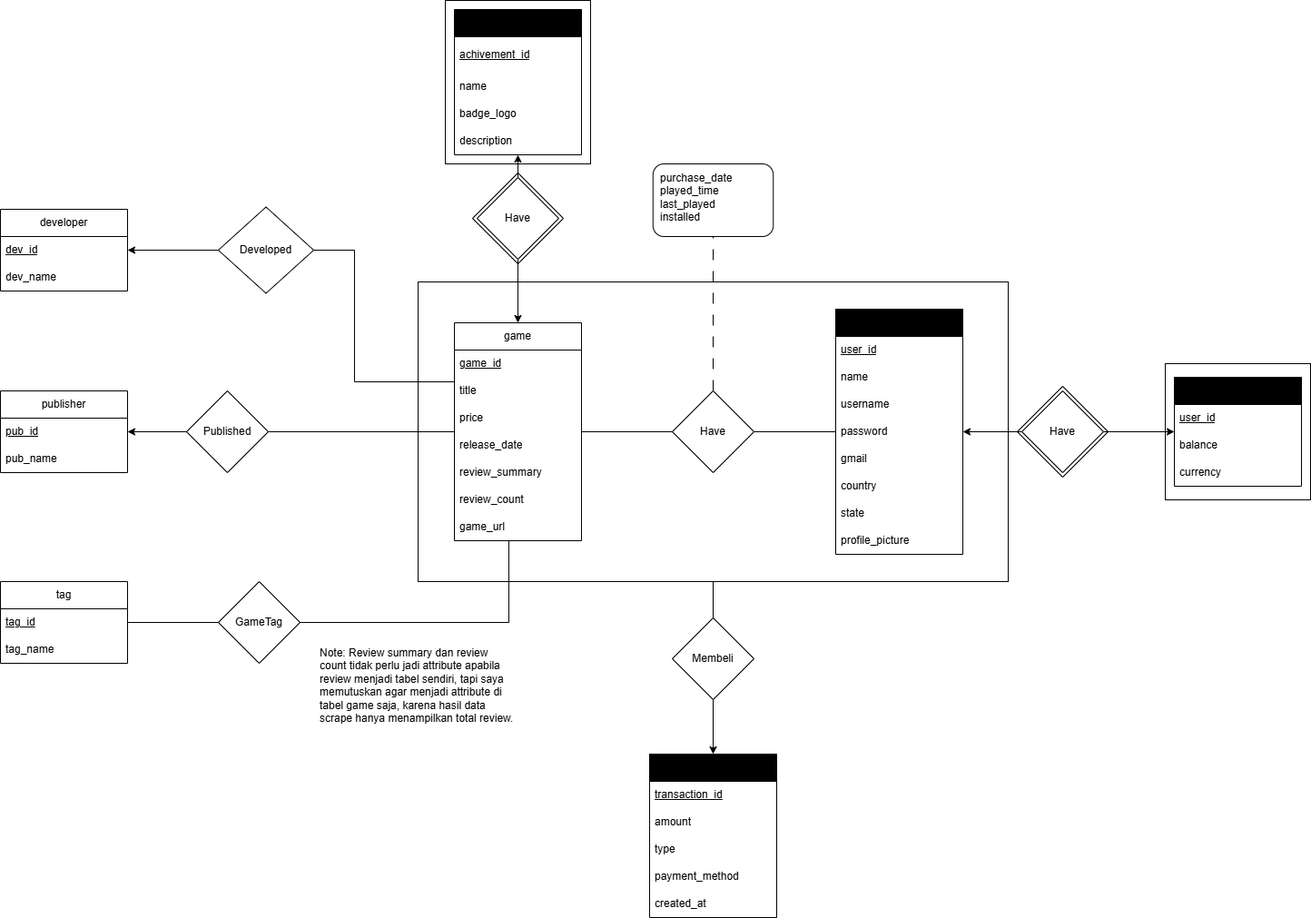
Earlier version of the draw.io export Data Storing/design/ERD.drawio.png (Jerannn24/Seleksi-2026-Tugas-1). Source tidied: cells renumbered, new cells last; positions are measured from the earlier drawing's top-left corner, leaving out a move shared by most shapes.
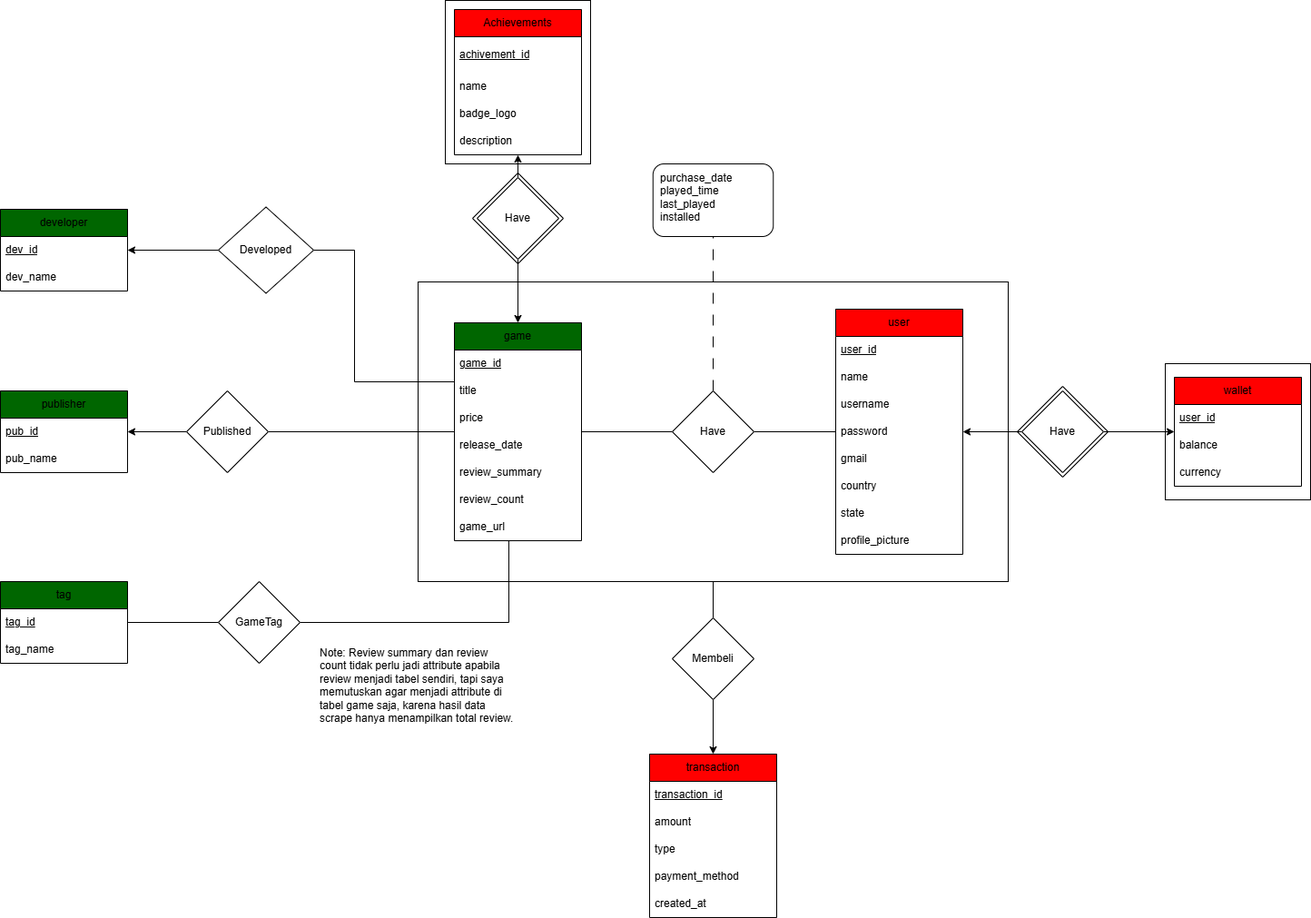
The same file after the commit.

Diff of the diagram source:
```diff
@@ -17,7 +17,7 @@
     <mxCell id="6" style="rounded=0;whiteSpace=wrap;html=1;" parent="1" vertex="1">
       <mxGeometry x="460" y="310" width="650" height="330" as="geometry" />
     </mxCell>
-    <mxCell id="7" value="game" style="swimlane;fontStyle=0;horizontal=1;startSize=30;whiteSpace=wrap;html=1;fillColor=light-dark(#FFFFFF,#006600);" parent="1" vertex="1">
+    <mxCell id="7" value="game" style="swimlane;fontStyle=0;horizontal=1;startSize=30;whiteSpace=wrap;html=1;fillColor=light-dark(#006600,#006600);" parent="1" vertex="1">
       <mxGeometry x="500" y="355" width="140" height="240" as="geometry" />
     </mxCell>
     <mxCell id="8" value="&lt;u&gt;game_id&lt;/u&gt;" style="text;strokeColor=none;fillColor=none;align=left;verticalAlign=middle;spacingLeft=4;spacingRight=4;overflow=hidden;whiteSpace=wrap;html=1;" parent="7" vertex="1">
@@ -41,7 +41,7 @@
     <mxCell id="14" value="game_url" style="text;strokeColor=none;fillColor=none;align=left;verticalAlign=middle;spacingLeft=4;spacingRight=4;overflow=hidden;whiteSpace=wrap;html=1;" parent="7" vertex="1">
       <mxGeometry y="210" width="140" height="30" as="geometry" />
     </mxCell>
-    <mxCell id="15" value="developer" style="swimlane;fontStyle=0;horizontal=1;startSize=30;whiteSpace=wrap;html=1;fillColor=light-dark(#FFFFFF,#006600);" parent="1" vertex="1">
+    <mxCell id="15" value="developer" style="swimlane;fontStyle=0;horizontal=1;startSize=30;whiteSpace=wrap;html=1;fillColor=light-dark(#006600,#006600);" parent="1" vertex="1">
       <mxGeometry y="230" width="140" height="90" as="geometry" />
     </mxCell>
     <mxCell id="16" value="&lt;u&gt;dev_id&lt;/u&gt;" style="text;strokeColor=none;fillColor=none;align=left;verticalAlign=middle;spacingLeft=4;spacingRight=4;overflow=hidden;whiteSpace=wrap;html=1;" parent="15" vertex="1">
@@ -50,7 +50,7 @@
     <mxCell id="17" value="dev_name" style="text;strokeColor=none;fillColor=none;align=left;verticalAlign=middle;spacingLeft=4;spacingRight=4;overflow=hidden;whiteSpace=wrap;html=1;" parent="15" vertex="1">
       <mxGeometry y="60" width="140" height="30" as="geometry" />
     </mxCell>
-    <mxCell id="18" value="publisher" style="swimlane;fontStyle=0;horizontal=1;startSize=30;whiteSpace=wrap;html=1;fillColor=light-dark(#FFFFFF,#006600);" parent="1" vertex="1">
+    <mxCell id="18" value="publisher" style="swimlane;fontStyle=0;horizontal=1;startSize=30;whiteSpace=wrap;html=1;fillColor=light-dark(#006600,#006600);" parent="1" vertex="1">
       <mxGeometry y="430" width="140" height="90" as="geometry" />
     </mxCell>
     <mxCell id="19" value="&lt;u&gt;pub_id&lt;/u&gt;" style="text;strokeColor=none;fillColor=none;align=left;verticalAlign=middle;spacingLeft=4;spacingRight=4;overflow=hidden;whiteSpace=wrap;html=1;" parent="18" vertex="1">
@@ -59,7 +59,7 @@
     <mxCell id="20" value="pub_name" style="text;strokeColor=none;fillColor=none;align=left;verticalAlign=middle;spacingLeft=4;spacingRight=4;overflow=hidden;whiteSpace=wrap;html=1;" parent="18" vertex="1">
       <mxGeometry y="60" width="140" height="30" as="geometry" />
     </mxCell>
-    <mxCell id="21" value="tag" style="swimlane;fontStyle=0;horizontal=1;startSize=30;whiteSpace=wrap;html=1;fillColor=light-dark(#FFFFFF,#006600);" parent="1" vertex="1">
+    <mxCell id="21" value="tag" style="swimlane;fontStyle=0;horizontal=1;startSize=30;whiteSpace=wrap;html=1;fillColor=light-dark(#006600,#006600);" parent="1" vertex="1">
       <mxGeometry y="640" width="140" height="90" as="geometry" />
     </mxCell>
     <mxCell id="22" value="&lt;u&gt;tag_id&lt;/u&gt;" style="text;strokeColor=none;fillColor=none;align=left;verticalAlign=middle;spacingLeft=4;spacingRight=4;overflow=hidden;whiteSpace=wrap;html=1;" parent="21" vertex="1">
@@ -68,7 +68,7 @@
     <mxCell id="23" value="tag_name" style="text;strokeColor=none;fillColor=none;align=left;verticalAlign=middle;spacingLeft=4;spacingRight=4;overflow=hidden;whiteSpace=wrap;html=1;" parent="21" vertex="1">
       <mxGeometry y="60" width="140" height="30" as="geometry" />
     </mxCell>
-    <mxCell id="24" value="user" style="swimlane;fontStyle=0;horizontal=1;startSize=30;whiteSpace=wrap;html=1;fillColor=light-dark(#000000,#FF0000);" parent="1" vertex="1">
+    <mxCell id="24" value="user" style="swimlane;fontStyle=0;horizontal=1;startSize=30;whiteSpace=wrap;html=1;fillColor=light-dark(#FF0000,#FF0000);" parent="1" vertex="1">
       <mxGeometry x="920" y="340" width="140" height="270" as="geometry" />
     </mxCell>
     <mxCell id="25" value="&lt;u&gt;user_id&lt;/u&gt;" style="text;strokeColor=none;fillColor=none;align=left;verticalAlign=middle;spacingLeft=4;spacingRight=4;overflow=hidden;whiteSpace=wrap;html=1;" parent="24" vertex="1">
@@ -95,7 +95,7 @@
     <mxCell id="32" value="profile_picture" style="text;strokeColor=none;fillColor=none;align=left;verticalAlign=middle;spacingLeft=4;spacingRight=4;overflow=hidden;whiteSpace=wrap;html=1;" parent="24" vertex="1">
       <mxGeometry y="240" width="140" height="30" as="geometry" />
     </mxCell>
-    <mxCell id="33" value="wallet" style="swimlane;fontStyle=0;horizontal=1;startSize=30;whiteSpace=wrap;html=1;fillColor=light-dark(#000000,#FF0000);" parent="1" vertex="1">
+    <mxCell id="33" value="wallet" style="swimlane;fontStyle=0;horizontal=1;startSize=30;whiteSpace=wrap;html=1;fillColor=light-dark(#FF0000,#FF0000);swimlaneFillColor=none;" parent="1" vertex="1">
       <mxGeometry x="1293" y="415" width="140" height="120" as="geometry" />
     </mxCell>
     <mxCell id="34" value="&lt;u&gt;user_id&lt;/u&gt;" style="text;strokeColor=none;fillColor=none;align=left;verticalAlign=middle;spacingLeft=4;spacingRight=4;overflow=hidden;whiteSpace=wrap;html=1;" parent="33" vertex="1">
@@ -107,7 +107,7 @@
     <mxCell id="36" value="currency" style="text;strokeColor=none;fillColor=none;align=left;verticalAlign=middle;spacingLeft=4;spacingRight=4;overflow=hidden;whiteSpace=wrap;html=1;" parent="33" vertex="1">
       <mxGeometry y="90" width="140" height="30" as="geometry" />
     </mxCell>
-    <mxCell id="37" value="transaction" style="swimlane;fontStyle=0;horizontal=1;startSize=30;whiteSpace=wrap;html=1;fillColor=light-dark(#000000,#FF0000);" parent="1" vertex="1">
+    <mxCell id="37" value="transaction" style="swimlane;fontStyle=0;horizontal=1;startSize=30;whiteSpace=wrap;html=1;fillColor=light-dark(#FF0000,#FF0000);" parent="1" vertex="1">
       <mxGeometry x="715" y="830" width="140" height="180" as="geometry" />
     </mxCell>
     <mxCell id="38" value="&lt;u&gt;transaction_id&lt;/u&gt;" style="text;strokeColor=none;fillColor=none;align=left;verticalAlign=middle;spacingLeft=4;spacingRight=4;overflow=hidden;whiteSpace=wrap;html=1;" parent="37" vertex="1">
@@ -194,7 +194,7 @@
     <mxCell id="62" value="purchase_date&lt;div&gt;played_time&lt;/div&gt;&lt;div&gt;last_played&lt;/div&gt;&lt;div&gt;installed&lt;/div&gt;" style="rounded=1;whiteSpace=wrap;html=1;align=left;verticalAlign=top;spacing=4;spacingLeft=4;" parent="1" vertex="1">
       <mxGeometry x="718.8" y="180" width="132.5" height="80" as="geometry" />
     </mxCell>
-    <mxCell id="63" value="Achievements" style="swimlane;fontStyle=0;horizontal=1;startSize=30;whiteSpace=wrap;html=1;fillColor=light-dark(#000000,#FF0000);" parent="1" vertex="1">
+    <mxCell id="63" value="Achievements" style="swimlane;fontStyle=0;horizontal=1;startSize=30;whiteSpace=wrap;html=1;fillColor=light-dark(#FF0000,#FF0000);" parent="1" vertex="1">
       <mxGeometry x="500" y="10" width="140" height="160" as="geometry" />
     </mxCell>
     <mxCell id="64" value="&lt;u&gt;achivement_id&lt;/u&gt;" style="text;strokeColor=none;fillColor=none;align=left;verticalAlign=middle;spacingLeft=4;spacingRight=4;overflow=hidden;whiteSpace=wrap;html=1;" parent="63" vertex="1">
```
